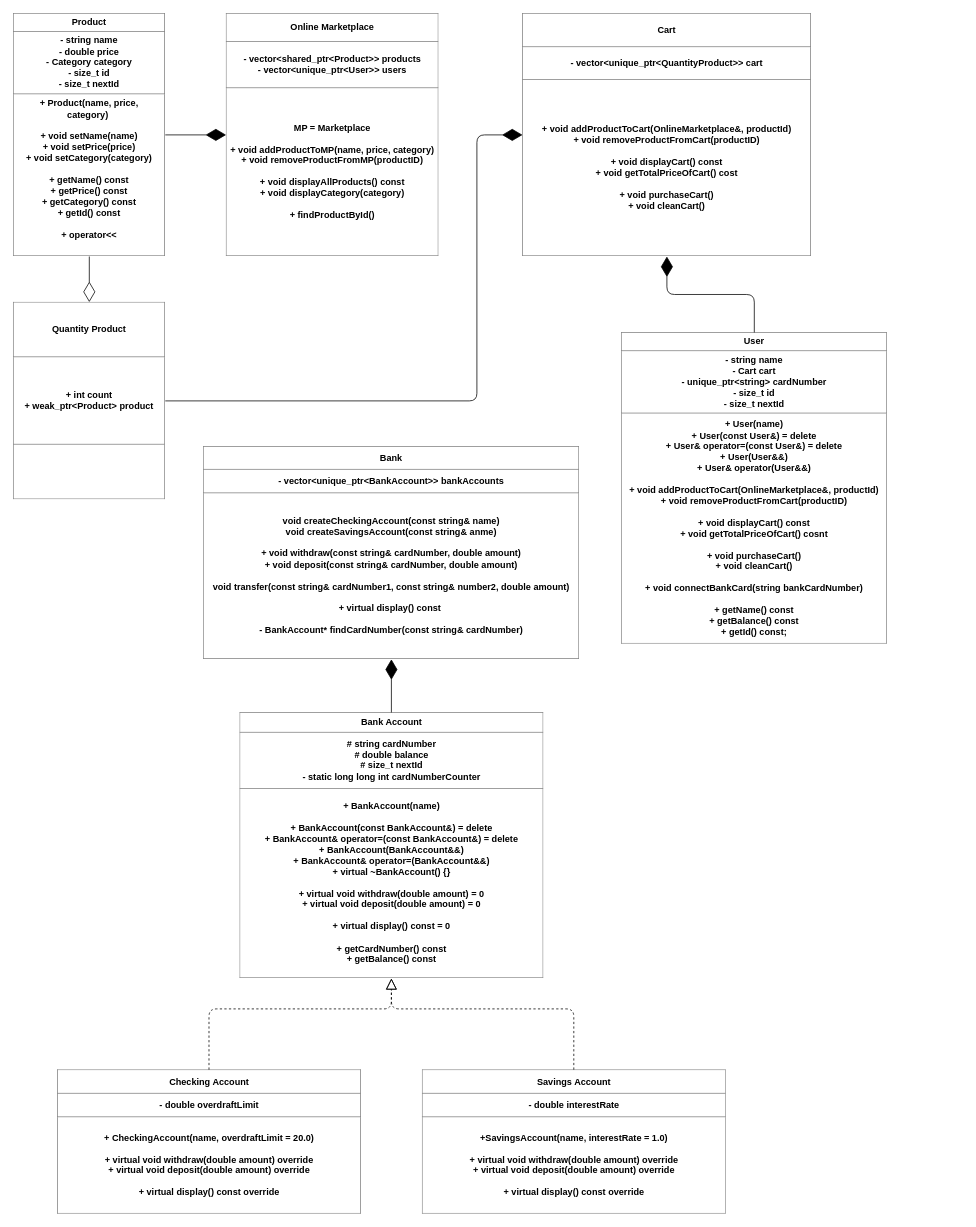
The draw.io diagram UML.drawio in edgar01012006/Cpp_Online_Marketplace, before the edit. Source tidied: cells renumbered, new cells numbered last; positions are measured from the earlier drawing's top-left corner, leaving out a move shared by most shapes. Both pictures are drawn from the tidied source at 76%, with x=0, y=0 at pixel (13, 13).
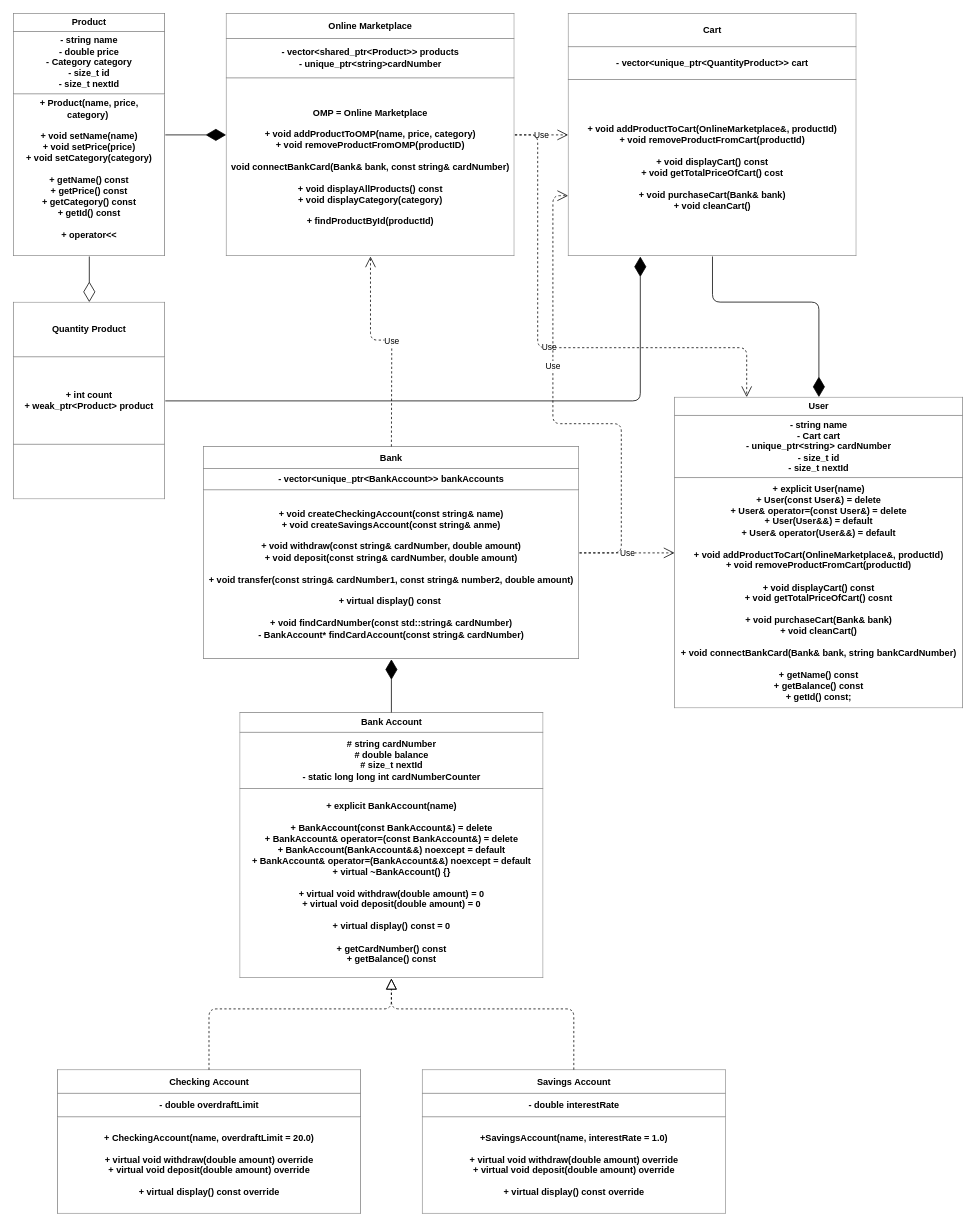
After the change.

Unchanged cells that the change refers to:
```xml
<mxCell id="6" value="&lt;table border=&quot;1&quot; width=&quot;100%&quot; height=&quot;100%&quot; cellpadding=&quot;4&quot; style=&quot;width:100%;height:100%;border-collapse:collapse;&quot;&gt;&lt;tbody&gt;&lt;tr&gt;&lt;th align=&quot;center&quot;&gt;&lt;font style=&quot;color: light-dark(rgb(0, 0, 0), rgb(255, 255, 255));&quot;&gt;Quantity Product&lt;/font&gt;&lt;/th&gt;&lt;/tr&gt;&lt;tr&gt;&lt;td align=&quot;center&quot;&gt;&lt;b&gt;+ int count&lt;br&gt;+ weak_ptr&amp;lt;Product&amp;gt; product&lt;br&gt;&lt;/b&gt;&lt;/td&gt;&lt;/tr&gt;&lt;tr&gt;&lt;td align=&quot;center&quot;&gt;&lt;br&gt;&lt;/td&gt;&lt;/tr&gt;&lt;/tbody&gt;&lt;/table&gt;" style="text;html=1;whiteSpace=wrap;strokeColor=none;fillColor=default;overflow=fill;gradientColor=none;fillStyle=auto;" parent="1" vertex="1">
  <mxGeometry y="380" width="200" height="260" as="geometry" />
</mxCell>
```

The edit, as a diff of the source:
```diff
@@
-    <mxCell id="3" value="&lt;table border=&quot;1&quot; width=&quot;100%&quot; height=&quot;100%&quot; cellpadding=&quot;4&quot; style=&quot;width:100%;height:100%;border-collapse:collapse;&quot;&gt;&lt;tbody&gt;&lt;tr&gt;&lt;th align=&quot;center&quot;&gt;&lt;font style=&quot;color: light-dark(rgb(0, 0, 0), rgb(255, 255, 255));&quot;&gt;Online Marketplace&lt;/font&gt;&lt;/th&gt;&lt;/tr&gt;&lt;tr&gt;&lt;td align=&quot;center&quot;&gt;&lt;b&gt;- vector&amp;lt;shared_ptr&amp;lt;Product&amp;gt;&amp;gt; products&lt;br&gt;- vector&amp;lt;unique_ptr&amp;lt;User&amp;gt;&amp;gt; users&lt;/b&gt;&lt;/td&gt;&lt;/tr&gt;&lt;tr&gt;&lt;td align=&quot;center&quot;&gt;&lt;b&gt;MP = Marketplace&lt;br&gt;&lt;br&gt;+ void addProductToMP(name, price, category)&lt;br&gt;+ void removeProductFromMP(productID)&lt;br&gt;&lt;br&gt;+ void displayAllProducts() const&lt;br&gt;+ void displayCategory(category)&lt;br&gt;&lt;br&gt;+ findProductById()&lt;/b&gt;&lt;/td&gt;&lt;/tr&gt;&lt;/tbody&gt;&lt;/table&gt;" style="text;html=1;whiteSpace=wrap;strokeColor=none;fillColor=default;overflow=fill;gradientColor=none;fillStyle=auto;" parent="1" vertex="1">
-      <mxGeometry x="280" width="280" height="320" as="geometry" />
+    <mxCell id="3" value="&lt;table border=&quot;1&quot; width=&quot;100%&quot; height=&quot;100%&quot; cellpadding=&quot;4&quot; style=&quot;width:100%;height:100%;border-collapse:collapse;&quot;&gt;&lt;tbody&gt;&lt;tr&gt;&lt;th align=&quot;center&quot;&gt;&lt;font style=&quot;color: light-dark(rgb(0, 0, 0), rgb(255, 255, 255));&quot;&gt;Online Marketplace&lt;/font&gt;&lt;/th&gt;&lt;/tr&gt;&lt;tr&gt;&lt;td align=&quot;center&quot;&gt;&lt;b&gt;- vector&amp;lt;shared_ptr&amp;lt;Product&amp;gt;&amp;gt; products&lt;br&gt;- unique_ptr&amp;lt;string&amp;gt;cardNumber&lt;/b&gt;&lt;/td&gt;&lt;/tr&gt;&lt;tr&gt;&lt;td align=&quot;center&quot;&gt;&lt;b&gt;OMP = Online Marketplace&lt;br&gt;&lt;br&gt;+ void addProductToOMP(name, price, category)&lt;br&gt;+ void removeProductFromOMP(productID)&lt;br&gt;&lt;br&gt;void connectBankCard(Bank&amp;amp; bank, const string&amp;amp; cardNumber)&lt;br&gt;&lt;br&gt;+ void displayAllProducts() const&lt;br&gt;+ void displayCategory(category)&lt;br&gt;&lt;br&gt;+ findProductById(productId)&lt;/b&gt;&lt;/td&gt;&lt;/tr&gt;&lt;/tbody&gt;&lt;/table&gt;" style="text;html=1;whiteSpace=wrap;strokeColor=none;fillColor=default;overflow=fill;gradientColor=none;fillStyle=auto;" parent="1" vertex="1">
+      <mxGeometry x="280" width="380" height="320" as="geometry" />
     </mxCell>
@@
-    <mxCell id="5" value="&lt;table border=&quot;1&quot; width=&quot;100%&quot; height=&quot;100%&quot; cellpadding=&quot;4&quot; style=&quot;width:100%;height:100%;border-collapse:collapse;&quot;&gt;&lt;tbody&gt;&lt;tr&gt;&lt;th align=&quot;center&quot;&gt;&lt;font style=&quot;color: light-dark(rgb(0, 0, 0), rgb(255, 255, 255));&quot;&gt;Cart&lt;/font&gt;&lt;/th&gt;&lt;/tr&gt;&lt;tr&gt;&lt;td align=&quot;center&quot;&gt;&lt;b&gt;- vector&amp;lt;unique_ptr&amp;lt;QuantityProduct&amp;gt;&amp;gt; cart&lt;/b&gt;&lt;/td&gt;&lt;/tr&gt;&lt;tr&gt;&lt;td align=&quot;center&quot;&gt;&lt;b&gt;+ void addProductToCart(OnlineMarketplace&amp;amp;, productId)&lt;br&gt;+ void removeProductFromCart(productID)&lt;br&gt;&lt;br&gt;+ void displayCart() const&lt;br&gt;+ void getTotalPriceOfCart() cost&lt;br&gt;&lt;br&gt;+ void purchaseCart()&lt;br&gt;+ void cleanCart()&lt;/b&gt;&lt;/td&gt;&lt;/tr&gt;&lt;/tbody&gt;&lt;/table&gt;" style="text;html=1;whiteSpace=wrap;strokeColor=none;fillColor=default;overflow=fill;gradientColor=none;fillStyle=auto;" parent="1" vertex="1">
-      <mxGeometry x="670" width="380" height="320" as="geometry" />
+    <mxCell id="5" value="&lt;table border=&quot;1&quot; width=&quot;100%&quot; height=&quot;100%&quot; cellpadding=&quot;4&quot; style=&quot;width:100%;height:100%;border-collapse:collapse;&quot;&gt;&lt;tbody&gt;&lt;tr&gt;&lt;th align=&quot;center&quot;&gt;&lt;font style=&quot;color: light-dark(rgb(0, 0, 0), rgb(255, 255, 255));&quot;&gt;Cart&lt;/font&gt;&lt;/th&gt;&lt;/tr&gt;&lt;tr&gt;&lt;td align=&quot;center&quot;&gt;&lt;b&gt;- vector&amp;lt;unique_ptr&amp;lt;QuantityProduct&amp;gt;&amp;gt; cart&lt;/b&gt;&lt;/td&gt;&lt;/tr&gt;&lt;tr&gt;&lt;td align=&quot;center&quot;&gt;&lt;b&gt;+ void addProductToCart(OnlineMarketplace&amp;amp;, productId)&lt;br&gt;+ void removeProductFromCart(productId)&lt;br&gt;&lt;br&gt;+ void displayCart() const&lt;br&gt;+ void getTotalPriceOfCart() cost&lt;br&gt;&lt;br&gt;+ void purchaseCart(Bank&amp;amp; bank)&lt;br&gt;+ void cleanCart()&lt;/b&gt;&lt;/td&gt;&lt;/tr&gt;&lt;/tbody&gt;&lt;/table&gt;" style="text;html=1;whiteSpace=wrap;strokeColor=none;fillColor=default;overflow=fill;gradientColor=none;fillStyle=auto;" parent="1" vertex="1">
+      <mxGeometry x="730" width="380" height="320" as="geometry" />
     </mxCell>
@@
-    <mxCell id="8" value="&lt;table border=&quot;1&quot; width=&quot;100%&quot; height=&quot;100%&quot; cellpadding=&quot;4&quot; style=&quot;width:100%;height:100%;border-collapse:collapse;&quot;&gt;&lt;tbody&gt;&lt;tr&gt;&lt;th&gt;&lt;font style=&quot;color: light-dark(rgb(0, 0, 0), rgb(255, 255, 255));&quot;&gt;User&lt;/font&gt;&lt;/th&gt;&lt;/tr&gt;&lt;tr&gt;&lt;td&gt;&lt;font&gt;&lt;b&gt;- string name&lt;br&gt;- Cart cart&lt;br&gt;- unique_ptr&amp;lt;string&amp;gt; cardNumber&lt;br&gt;- size_t id&lt;br&gt;- size_t nextId&lt;br&gt;&lt;/b&gt;&lt;/font&gt;&lt;/td&gt;&lt;/tr&gt;&lt;tr&gt;&lt;td&gt;&lt;font&gt;&lt;b style=&quot;&quot;&gt;&lt;font style=&quot;&quot;&gt;+ User(name)&lt;/font&gt;&lt;br&gt;&lt;font style=&quot;&quot;&gt;+ User(const User&amp;amp;) = delete&lt;/font&gt;&lt;br&gt;&lt;font style=&quot;&quot;&gt;+ User&amp;amp; operator=(const User&amp;amp;) = delete&lt;br&gt;&lt;/font&gt;+ User(User&amp;amp;&amp;amp;)&lt;br&gt;+ User&amp;amp; operator(User&amp;amp;&amp;amp;)&lt;br&gt;&lt;font style=&quot;&quot;&gt;&lt;font style=&quot;&quot;&gt;&lt;br&gt;&lt;span style=&quot;scrollbar-color: rgb(75, 75, 75) rgb(27, 29, 30);&quot;&gt;&lt;font&gt;&lt;font&gt;+ v&lt;/font&gt;&lt;font style=&quot;&quot;&gt;&lt;font&gt;oid addProductToCart(OnlineMarketplace&amp;amp;, productId)&lt;br style=&quot;scrollbar-color: rgb(75, 75, 75) rgb(27, 29, 30);&quot;&gt;+ void removeProdu&lt;/font&gt;&lt;font style=&quot;&quot;&gt;ctFrom&lt;/font&gt;&lt;font&gt;Cart(productID)&lt;br style=&quot;scrollbar-color: rgb(75, 75, 75) rgb(27, 29, 30);&quot;&gt;&lt;br style=&quot;scrollbar-color: rgb(75, 75, 75) rgb(27, 29, 30);&quot;&gt;+ void displayCart() const&lt;br style=&quot;scrollbar-color: rgb(75, 75, 75) rgb(27, 29, 30);&quot;&gt;+ void getTotalPriceOfCart() cosnt&lt;br style=&quot;scrollbar-color: rgb(75, 75, 75) rgb(27, 29, 30);&quot;&gt;&lt;br style=&quot;scrollbar-color: rgb(75, 75, 75) rgb(27, 29, 30);&quot;&gt;+ void purchaseCart()&lt;br style=&quot;scrollbar-color: rgb(75, 75, 75) rgb(27, 29, 30);&quot;&gt;+ void cleanCart()&lt;/font&gt;&lt;/font&gt;&lt;/font&gt;&lt;/span&gt;&lt;/font&gt;&lt;br&gt;&lt;br&gt;&lt;font style=&quot;&quot;&gt;+ void connectBankCard(string bankCardNumber)&lt;/font&gt;&lt;br&gt;&lt;br&gt;&lt;font style=&quot;&quot;&gt;+ getName() const&lt;/font&gt;&lt;br&gt;&lt;font style=&quot;&quot;&gt;+ getBalance() const&lt;/font&gt;&lt;br&gt;&lt;font style=&quot;&quot;&gt;+ getId() const;&lt;/font&gt;&lt;/font&gt;&lt;/b&gt;&lt;/font&gt;&lt;/td&gt;&lt;/tr&gt;&lt;/tbody&gt;&lt;/table&gt;" style="text;html=1;whiteSpace=wrap;strokeColor=none;fillColor=default;overflow=fill;gradientColor=none;fillStyle=auto;align=center;" parent="1" vertex="1">
-      <mxGeometry x="800" y="420" width="350" height="410" as="geometry" />
+    <mxCell id="8" value="&lt;table border=&quot;1&quot; width=&quot;100%&quot; height=&quot;100%&quot; cellpadding=&quot;4&quot; style=&quot;width:100%;height:100%;border-collapse:collapse;&quot;&gt;&lt;tbody&gt;&lt;tr&gt;&lt;th&gt;&lt;font style=&quot;color: light-dark(rgb(0, 0, 0), rgb(255, 255, 255));&quot;&gt;User&lt;/font&gt;&lt;/th&gt;&lt;/tr&gt;&lt;tr&gt;&lt;td&gt;&lt;font&gt;&lt;b&gt;- string name&lt;br&gt;- Cart cart&lt;br&gt;- unique_ptr&amp;lt;string&amp;gt; cardNumber&lt;br&gt;- size_t id&lt;br&gt;- size_t nextId&lt;br&gt;&lt;/b&gt;&lt;/font&gt;&lt;/td&gt;&lt;/tr&gt;&lt;tr&gt;&lt;td&gt;&lt;font&gt;&lt;b style=&quot;&quot;&gt;&lt;font style=&quot;&quot;&gt;+ explicit User(name)&lt;/font&gt;&lt;br&gt;&lt;font style=&quot;&quot;&gt;+ User(const User&amp;amp;) = delete&lt;/font&gt;&lt;br&gt;&lt;font style=&quot;&quot;&gt;+ User&amp;amp; operator=(const User&amp;amp;) = delete&lt;br&gt;&lt;/font&gt;+ User(User&amp;amp;&amp;amp;) = default&lt;br&gt;+ User&amp;amp; operator(User&amp;amp;&amp;amp;) = default&lt;br&gt;&lt;font style=&quot;&quot;&gt;&lt;font style=&quot;&quot;&gt;&lt;br&gt;&lt;span style=&quot;scrollbar-color: rgb(75, 75, 75) rgb(27, 29, 30);&quot;&gt;&lt;font&gt;&lt;font&gt;+ v&lt;/font&gt;&lt;font style=&quot;&quot;&gt;&lt;font&gt;oid addProductToCart(OnlineMarketplace&amp;amp;, productId)&lt;br style=&quot;scrollbar-color: rgb(75, 75, 75) rgb(27, 29, 30);&quot;&gt;+ void removeProdu&lt;/font&gt;&lt;font style=&quot;&quot;&gt;ctFrom&lt;/font&gt;&lt;font&gt;Cart(productId)&lt;br style=&quot;scrollbar-color: rgb(75, 75, 75) rgb(27, 29, 30);&quot;&gt;&lt;br style=&quot;scrollbar-color: rgb(75, 75, 75) rgb(27, 29, 30);&quot;&gt;+ void displayCart() const&lt;br style=&quot;scrollbar-color: rgb(75, 75, 75) rgb(27, 29, 30);&quot;&gt;+ void getTotalPriceOfCart() cosnt&lt;br style=&quot;scrollbar-color: rgb(75, 75, 75) rgb(27, 29, 30);&quot;&gt;&lt;br style=&quot;scrollbar-color: rgb(75, 75, 75) rgb(27, 29, 30);&quot;&gt;+ void purchaseCart(Bank&amp;amp; bank)&lt;br style=&quot;scrollbar-color: rgb(75, 75, 75) rgb(27, 29, 30);&quot;&gt;+ void cleanCart()&lt;/font&gt;&lt;/font&gt;&lt;/font&gt;&lt;/span&gt;&lt;/font&gt;&lt;br&gt;&lt;br&gt;&lt;font style=&quot;&quot;&gt;+ void connectBankCard(Bank&amp;amp; bank, string bankCardNumber)&lt;/font&gt;&lt;br&gt;&lt;br&gt;&lt;font style=&quot;&quot;&gt;+ getName() const&lt;/font&gt;&lt;br&gt;&lt;font style=&quot;&quot;&gt;+ getBalance() const&lt;/font&gt;&lt;br&gt;&lt;font style=&quot;&quot;&gt;+ getId() const;&lt;/font&gt;&lt;/font&gt;&lt;/b&gt;&lt;/font&gt;&lt;/td&gt;&lt;/tr&gt;&lt;/tbody&gt;&lt;/table&gt;" style="text;html=1;whiteSpace=wrap;strokeColor=none;fillColor=default;overflow=fill;gradientColor=none;fillStyle=auto;align=center;" parent="1" vertex="1">
+      <mxGeometry x="870" y="505" width="380" height="410" as="geometry" />
     </mxCell>
-    <mxCell id="9" value="&lt;table border=&quot;1&quot; width=&quot;100%&quot; height=&quot;100%&quot; cellpadding=&quot;4&quot; style=&quot;width:100%;height:100%;border-collapse:collapse;&quot;&gt;&lt;tbody&gt;&lt;tr&gt;&lt;th align=&quot;center&quot;&gt;&lt;font style=&quot;color: light-dark(rgb(0, 0, 0), rgb(255, 255, 255));&quot;&gt;Bank Account&lt;/font&gt;&lt;/th&gt;&lt;/tr&gt;&lt;tr&gt;&lt;td align=&quot;center&quot;&gt;&lt;b&gt;&lt;font&gt;# string cardNumber&lt;br&gt;# double balance&lt;br&gt;# size_t nextId&lt;br&gt;- static long long int cardNumberCounter&lt;/font&gt;&lt;/b&gt;&lt;/td&gt;&lt;/tr&gt;&lt;tr&gt;&lt;td align=&quot;center&quot;&gt;&lt;b&gt;&lt;font&gt;+ BankAccount(name)&lt;br&gt;&lt;br&gt;+ BankAccount(const BankAccount&amp;amp;) = delete&lt;br&gt;&lt;span style=&quot;scrollbar-color: rgb(75, 75, 75) rgb(27, 29, 30);&quot;&gt;&lt;span&gt;+ BankAccount&amp;amp; operator=(const BankAccount&amp;amp;) = delete&lt;/span&gt;&lt;br&gt;&lt;/span&gt;+ BankAccount(BankAccount&amp;amp;&amp;amp;)&lt;br&gt;+ BankAccount&amp;amp; operator=(BankAccount&amp;amp;&amp;amp;)&lt;br&gt;+ virtual ~BankAccount() {}&lt;br&gt;&lt;br&gt;+ virtual void withdraw(double amount) = 0&lt;br&gt;+ virtual void deposit(double amount) = 0&lt;br&gt;&lt;br&gt;+ virtual display() const = 0&lt;br&gt;&lt;br&gt;+ getCardNumber() const&lt;br&gt;+ getBalance() const&lt;/font&gt;&lt;/b&gt;&lt;br&gt;&lt;/td&gt;&lt;/tr&gt;&lt;/tbody&gt;&lt;/table&gt;" style="text;html=1;whiteSpace=wrap;strokeColor=none;fillColor=default;overflow=fill;gradientColor=none;fillStyle=auto;" parent="1" vertex="1">
+    <mxCell id="9" value="&lt;table border=&quot;1&quot; width=&quot;100%&quot; height=&quot;100%&quot; cellpadding=&quot;4&quot; style=&quot;width:100%;height:100%;border-collapse:collapse;&quot;&gt;&lt;tbody&gt;&lt;tr&gt;&lt;th align=&quot;center&quot;&gt;&lt;font style=&quot;color: light-dark(rgb(0, 0, 0), rgb(255, 255, 255));&quot;&gt;Bank Account&lt;/font&gt;&lt;/th&gt;&lt;/tr&gt;&lt;tr&gt;&lt;td align=&quot;center&quot;&gt;&lt;b&gt;&lt;font&gt;# string cardNumber&lt;br&gt;# double balance&lt;br&gt;# size_t nextId&lt;br&gt;- static long long int cardNumberCounter&lt;/font&gt;&lt;/b&gt;&lt;/td&gt;&lt;/tr&gt;&lt;tr&gt;&lt;td align=&quot;center&quot;&gt;&lt;b&gt;&lt;font&gt;+ explicit BankAccount(name)&lt;br&gt;&lt;br&gt;+ BankAccount(const BankAccount&amp;amp;) = delete&lt;br&gt;&lt;span style=&quot;scrollbar-color: rgb(75, 75, 75) rgb(27, 29, 30);&quot;&gt;&lt;span&gt;+ BankAccount&amp;amp; operator=(const BankAccount&amp;amp;) = delete&lt;/span&gt;&lt;br&gt;&lt;/span&gt;+ BankAccount(BankAccount&amp;amp;&amp;amp;) noexcept = default&lt;br&gt;+ BankAccount&amp;amp; operator=(BankAccount&amp;amp;&amp;amp;) noexcept = default&lt;br&gt;+ virtual ~BankAccount() {}&lt;br&gt;&lt;br&gt;+ virtual void withdraw(double amount) = 0&lt;br&gt;+ virtual void deposit(double amount) = 0&lt;br&gt;&lt;br&gt;+ virtual display() const = 0&lt;br&gt;&lt;br&gt;+ getCardNumber() const&lt;br&gt;+ getBalance() const&lt;/font&gt;&lt;/b&gt;&lt;br&gt;&lt;/td&gt;&lt;/tr&gt;&lt;/tbody&gt;&lt;/table&gt;" style="text;html=1;whiteSpace=wrap;strokeColor=none;fillColor=default;overflow=fill;gradientColor=none;fillStyle=auto;" parent="1" vertex="1">
       <mxGeometry x="297.5" y="920" width="400" height="350" as="geometry" />
     </mxCell>
@@
-    <mxCell id="14" value="&lt;table border=&quot;1&quot; width=&quot;100%&quot; height=&quot;100%&quot; cellpadding=&quot;4&quot; style=&quot;width:100%;height:100%;border-collapse:collapse;&quot;&gt;&lt;tbody&gt;&lt;tr&gt;&lt;th align=&quot;center&quot;&gt;&lt;font style=&quot;color: light-dark(rgb(0, 0, 0), rgb(255, 255, 255));&quot;&gt;Bank&lt;/font&gt;&lt;/th&gt;&lt;/tr&gt;&lt;tr&gt;&lt;td align=&quot;center&quot;&gt;&lt;font style=&quot;color: light-dark(rgb(0, 0, 0), rgb(255, 255, 255));&quot;&gt;&lt;b&gt;- vector&amp;lt;unique_ptr&amp;lt;BankAccount&amp;gt;&amp;gt; bankAccounts&lt;/b&gt;&lt;/font&gt;&lt;/td&gt;&lt;/tr&gt;&lt;tr&gt;&lt;td align=&quot;center&quot;&gt;&lt;font style=&quot;color: light-dark(rgb(0, 0, 0), rgb(255, 255, 255));&quot;&gt;&lt;b&gt;void createCheckingAccount(const string&amp;amp; name)&lt;br&gt;void createSavingsAccount(const string&amp;amp; anme)&lt;br&gt;&lt;br&gt;+ void withdraw(const string&amp;amp; cardNumber, double amount)&lt;br&gt;+ &lt;font style=&quot;&quot;&gt;void deposit(&lt;span style=&quot;scrollbar-color: rgb(75, 75, 75) rgb(27, 29, 30);&quot;&gt;const string&amp;amp; cardNumber,&amp;nbsp;&lt;/span&gt;&lt;span style=&quot;background-color: transparent; text-align: left;&quot;&gt;double amount)&lt;br&gt;&lt;/span&gt;&lt;/font&gt;&lt;br&gt;void transfer(const string&amp;amp; cardNumber1, const string&amp;amp; number2, double amount)&lt;br&gt;&lt;br&gt;+ virtual display() const&amp;nbsp;&lt;br&gt;&lt;/b&gt;&lt;/font&gt;&lt;b&gt;&lt;br&gt;- BankAccount* findCardNumber(const string&amp;amp; cardNumber)&lt;/b&gt;&lt;/td&gt;&lt;/tr&gt;&lt;/tbody&gt;&lt;/table&gt;" style="text;html=1;whiteSpace=wrap;strokeColor=none;fillColor=default;overflow=fill;gradientColor=none;fillStyle=auto;" parent="1" vertex="1">
+    <mxCell id="14" value="&lt;table border=&quot;1&quot; width=&quot;100%&quot; height=&quot;100%&quot; cellpadding=&quot;4&quot; style=&quot;width:100%;height:100%;border-collapse:collapse;&quot;&gt;&lt;tbody&gt;&lt;tr&gt;&lt;th align=&quot;center&quot;&gt;&lt;font style=&quot;color: light-dark(rgb(0, 0, 0), rgb(255, 255, 255));&quot;&gt;Bank&lt;/font&gt;&lt;/th&gt;&lt;/tr&gt;&lt;tr&gt;&lt;td align=&quot;center&quot;&gt;&lt;font style=&quot;color: light-dark(rgb(0, 0, 0), rgb(255, 255, 255));&quot;&gt;&lt;b&gt;- vector&amp;lt;unique_ptr&amp;lt;BankAccount&amp;gt;&amp;gt; bankAccounts&lt;/b&gt;&lt;/font&gt;&lt;/td&gt;&lt;/tr&gt;&lt;tr&gt;&lt;td align=&quot;center&quot;&gt;&lt;font style=&quot;color: light-dark(rgb(0, 0, 0), rgb(255, 255, 255));&quot;&gt;&lt;b&gt;+ void createCheckingAccount(const string&amp;amp; name)&lt;br&gt;+ void createSavingsAccount(const string&amp;amp; anme)&lt;br&gt;&lt;br&gt;+ void withdraw(const string&amp;amp; cardNumber, double amount)&lt;br&gt;+ &lt;font style=&quot;&quot;&gt;void deposit(&lt;span style=&quot;scrollbar-color: rgb(75, 75, 75) rgb(27, 29, 30);&quot;&gt;const string&amp;amp; cardNumber,&amp;nbsp;&lt;/span&gt;&lt;span style=&quot;background-color: transparent; text-align: left;&quot;&gt;double amount)&lt;br&gt;&lt;/span&gt;&lt;/font&gt;&lt;br&gt;+ void transfer(const string&amp;amp; cardNumber1, const string&amp;amp; number2, double amount)&lt;br&gt;&lt;br&gt;+ virtual display() const&amp;nbsp;&lt;br&gt;&lt;br&gt;&lt;/b&gt;&lt;/font&gt;&lt;b&gt;+ void findCardNumber(const std::string&amp;amp; cardNumber)&lt;br&gt;- BankAccount* findCardAccount(const string&amp;amp; cardNumber)&lt;/b&gt;&lt;/td&gt;&lt;/tr&gt;&lt;/tbody&gt;&lt;/table&gt;" style="text;html=1;whiteSpace=wrap;strokeColor=none;fillColor=default;overflow=fill;gradientColor=none;fillStyle=auto;" parent="1" vertex="1">
       <mxGeometry x="250" y="570" width="495" height="280" as="geometry" />
     </mxCell>
+    <mxCell id="16" style="endArrow=diamondThin;endFill=1;endSize=24;html=1;entryX=0.5;entryY=1;entryDx=0;entryDy=0;exitX=0.5;exitY=0;exitDx=0;exitDy=0;" parent="1" edge="1" source="9" target="14">
+      <mxGeometry relative="1" as="geometry" />
+    </mxCell>
+    <mxCell id="18" value="Use" style="endArrow=open;endSize=12;dashed=1;html=1;entryX=0;entryY=0.5;entryDx=0;entryDy=0;exitX=1;exitY=0.5;exitDx=0;exitDy=0;" parent="1" edge="1" source="14" target="8">
+      <mxGeometry relative="1" as="geometry" />
+    </mxCell>
+    <mxCell id="19" value="Use" style="endArrow=open;endSize=12;dashed=1;html=1;entryX=0;entryY=0.5;entryDx=0;entryDy=0;exitX=1;exitY=0.5;exitDx=0;exitDy=0;" parent="1" edge="1" source="3" target="5">
+      <mxGeometry relative="1" as="geometry" />
+    </mxCell>
+    <mxCell id="20" value="Use" style="endArrow=open;endSize=12;dashed=1;html=1;entryX=0.25;entryY=0;entryDx=0;entryDy=0;exitX=1;exitY=0.5;exitDx=0;exitDy=0;" parent="1" edge="1" source="3" target="8">
+      <mxGeometry relative="1" as="geometry">
+        <Array as="points">
+          <mxPoint x="690" y="160" />
+          <mxPoint x="690" y="440" />
+          <mxPoint x="965" y="440" />
+        </Array>
+      </mxGeometry>
+    </mxCell>
+    <mxCell id="21" style="endArrow=diamondThin;endFill=1;endSize=24;html=1;entryX=0.5;entryY=0;entryDx=0;entryDy=0;exitX=0.5;exitY=1;exitDx=0;exitDy=0;" parent="1" edge="1" source="5" target="8">
+      <mxGeometry relative="1" as="geometry">
+        <Array as="points">
+          <mxPoint x="920" y="380" />
+          <mxPoint x="1060" y="380" />
+        </Array>
+      </mxGeometry>
+    </mxCell>
+    <mxCell id="22" value="Use" style="endArrow=open;endSize=12;dashed=1;html=1;entryX=0.5;entryY=1;entryDx=0;entryDy=0;exitX=0.5;exitY=0;exitDx=0;exitDy=0;" parent="1" edge="1" source="14" target="3">
+      <mxGeometry relative="1" as="geometry">
+        <Array as="points">
+          <mxPoint x="498" y="430" />
+          <mxPoint x="470" y="430" />
+        </Array>
+      </mxGeometry>
+    </mxCell>
-    <mxCell id="15" style="endArrow=diamondThin;endFill=1;endSize=24;html=1;exitX=1;exitY=0.5;exitDx=0;exitDy=0;entryX=0;entryY=0.5;entryDx=0;entryDy=0;" parent="1" edge="1" source="6" target="5">
+    <mxCell id="15" style="endArrow=diamondThin;endFill=1;endSize=24;html=1;entryX=0.25;entryY=1;entryDx=0;entryDy=0;exitX=1;exitY=0.5;exitDx=0;exitDy=0;" parent="1" edge="1" source="6" target="5">
       <mxGeometry relative="1" as="geometry">
         <Array as="points">
-          <mxPoint x="610" y="510" />
-          <mxPoint x="610" y="160" />
+          <mxPoint x="825" y="510" />
         </Array>
       </mxGeometry>
     </mxCell>
-    <mxCell id="16" style="endArrow=diamondThin;endFill=1;endSize=24;html=1;entryX=0.5;entryY=1;entryDx=0;entryDy=0;exitX=0.5;exitY=0;exitDx=0;exitDy=0;" parent="1" edge="1" source="9" target="14">
-      <mxGeometry relative="1" as="geometry" />
-    </mxCell>
-    <mxCell id="17" style="endArrow=diamondThin;endFill=1;endSize=24;html=1;entryX=0.5;entryY=1;entryDx=0;entryDy=0;exitX=0.5;exitY=0;exitDx=0;exitDy=0;" parent="1" edge="1" source="8" target="5">
-      <mxGeometry relative="1" as="geometry">
-        <Array as="points">
-          <mxPoint x="975" y="370" />
-          <mxPoint x="860" y="370" />
-        </Array>
-      </mxGeometry>
-    </mxCell>
+    <mxCell id="23" value="Use" style="endArrow=open;endSize=12;dashed=1;html=1;entryX=0;entryY=0.75;entryDx=0;entryDy=0;exitX=1;exitY=0.5;exitDx=0;exitDy=0;" parent="1" edge="1" source="14" target="5">
+      <mxGeometry x="0.23" relative="1" as="geometry">
+        <Array as="points">
+          <mxPoint x="800" y="710" />
+          <mxPoint x="800" y="540" />
+          <mxPoint x="710" y="540" />
+          <mxPoint x="710" y="240" />
+        </Array>
+      </mxGeometry>
+    </mxCell>
```
